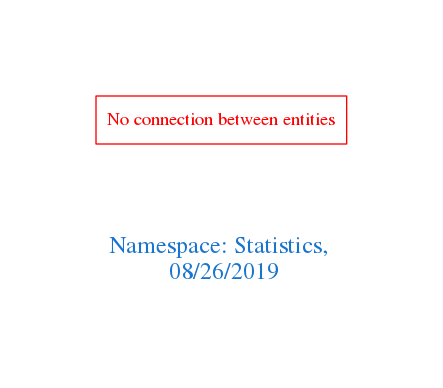
Above: downloads/Statistics.png in arago/OGIT (Graphviz), before the change. Its source is kept beside it as downloads/Statistics.dot. Its diagram source:
```dot
digraph OGIT_ontology {
 graph [ rankdir= LR,pad=1
fontsize = 18,
fontcolor= dodgerblue3,label = "\n\n\nNamespace: Statistics, \n 08/26/2019"];
node[shape=polygon];
edge [  color="gray81"];

"No connection between entities" [fontcolor = "red",color="red", shape="polygon"]
}
```
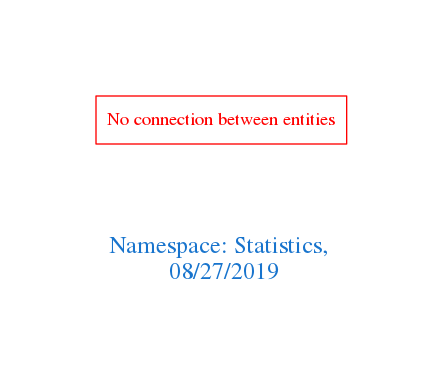
The same diagram one commit later.

What changed in the source:
```diff
@@ -1,7 +1,7 @@
 digraph OGIT_ontology {
  graph [ rankdir= LR,pad=1
 fontsize = 18,
-fontcolor= dodgerblue3,label = "\n\n\nNamespace: Statistics, \n 08/26/2019"];
+fontcolor= dodgerblue3,label = "\n\n\nNamespace: Statistics, \n 08/27/2019"];
 node[shape=polygon];
 edge [  color="gray81"];
 
```
